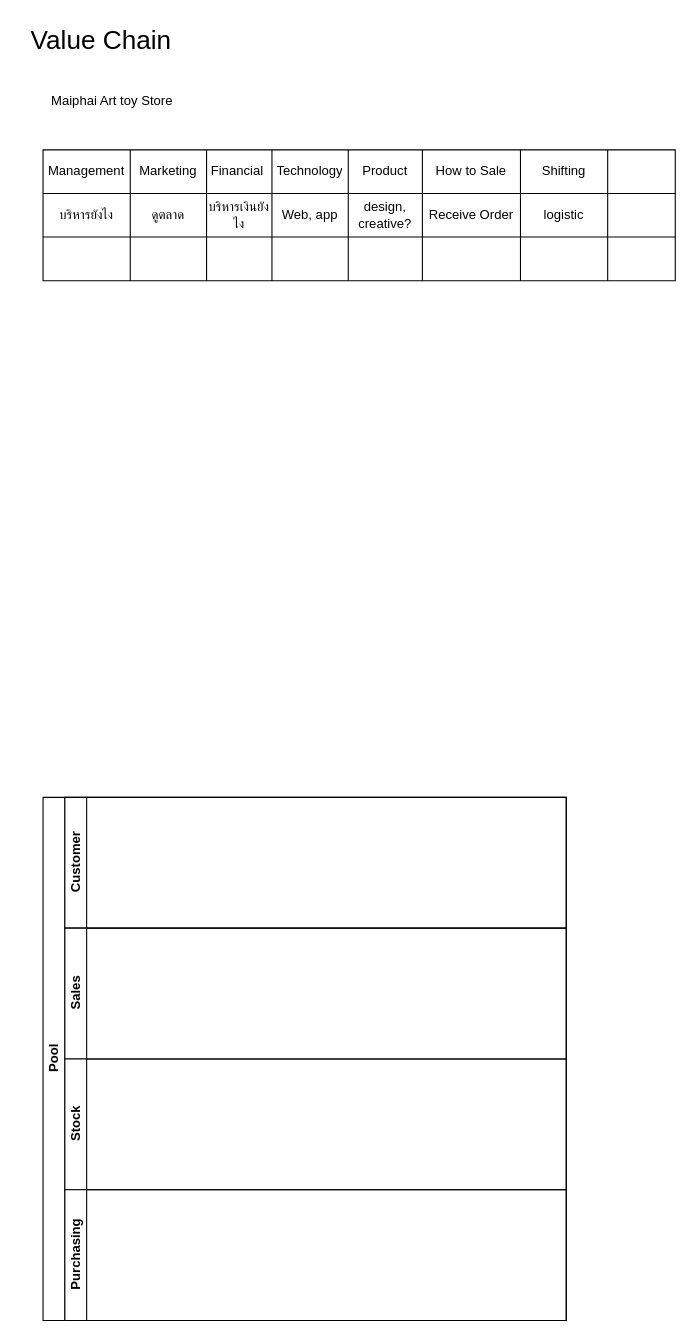
Above: maiphai.drawio in JarukitMan/maiphai_inc (draw.io), before the change. Source tidied: cells renumbered, new cells numbered last; positions are measured from the earlier drawing's top-left corner, leaving out a move shared by most shapes. Both pictures are drawn from the tidied source at 109%, with x=0, y=0 at pixel (19, 19).
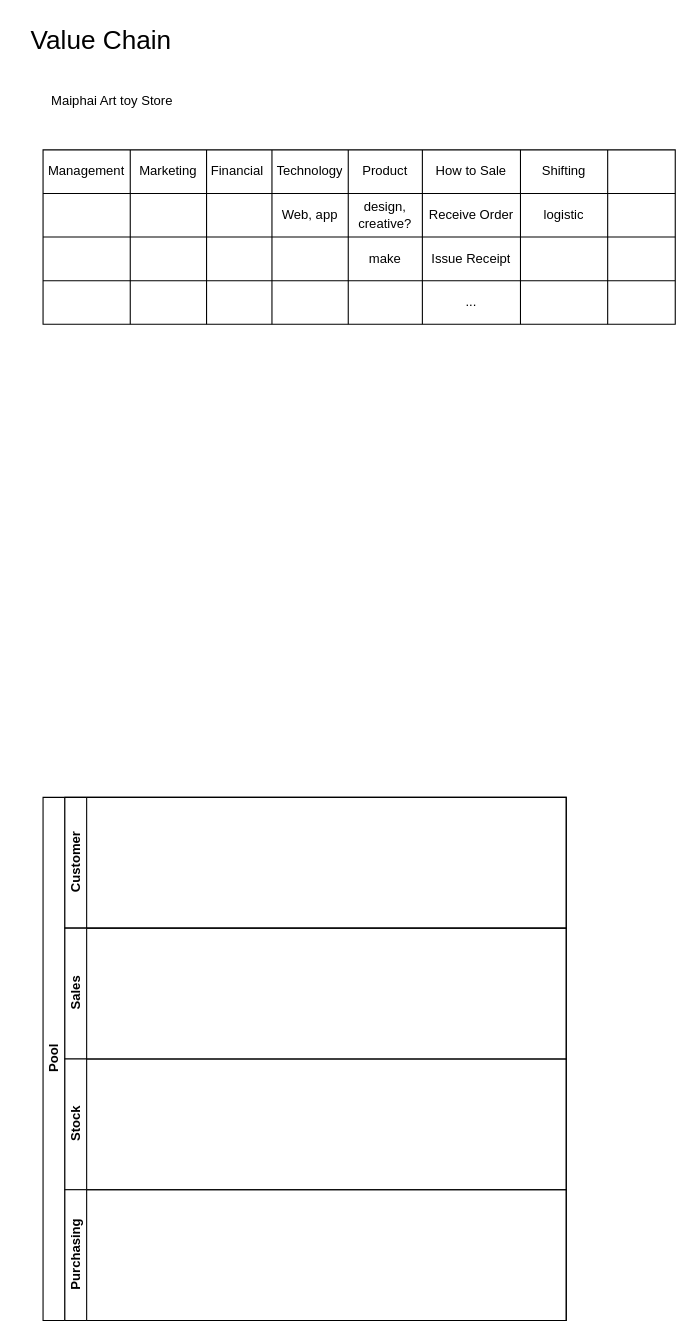
Above is the later version.

The change refers to these unchanged cells:
```xml
<mxCell id="19" style="shape=tableRow;horizontal=0;startSize=0;swimlaneHead=0;swimlaneBody=0;strokeColor=inherit;top=0;left=0;bottom=0;right=0;fillColor=none;" parent="9" vertex="1">
  <mxGeometry y="40" width="580" height="40" as="geometry" />
</mxCell>
<mxCell id="28" style="shape=tableRow;horizontal=0;startSize=0;swimlaneHead=0;swimlaneBody=0;strokeColor=inherit;top=0;left=0;bottom=0;right=0;fillColor=none;" parent="9" vertex="1">
  <mxGeometry y="80" width="580" height="40" as="geometry" />
</mxCell>
```

Diff of the diagram source:
```diff
@@
     <mxCell id="9" style="shape=table;startSize=0;childLayout=tableLayout;" parent="1" vertex="1">
-      <mxGeometry x="22" y="120" width="580" height="120" as="geometry" />
+      <mxGeometry x="22" y="120" width="580" height="160" as="geometry" />
     </mxCell>
@@
-    <mxCell id="20" value="บริหารยังไง" style="shape=partialRectangle;html=1;whiteSpace=wrap;strokeColor=inherit;overflow=hidden;fillColor=none;top=0;left=0;bottom=0;right=0;" parent="19" vertex="1">
+    <mxCell id="20" style="shape=partialRectangle;html=1;whiteSpace=wrap;strokeColor=inherit;overflow=hidden;fillColor=none;top=0;left=0;bottom=0;right=0;" parent="19" vertex="1">
       <mxGeometry width="80" height="40" as="geometry" />
     </mxCell>
-    <mxCell id="21" value="ดูตลาด" style="shape=partialRectangle;html=1;whiteSpace=wrap;strokeColor=inherit;overflow=hidden;fillColor=none;top=0;left=0;bottom=0;right=0;" parent="19" vertex="1">
+    <mxCell id="21" style="shape=partialRectangle;html=1;whiteSpace=wrap;strokeColor=inherit;overflow=hidden;fillColor=none;top=0;left=0;bottom=0;right=0;" parent="19" vertex="1">
       <mxGeometry x="80" width="70" height="40" as="geometry" />
     </mxCell>
-    <mxCell id="22" value="บริหารเงินยังไง" style="shape=partialRectangle;html=1;whiteSpace=wrap;strokeColor=inherit;overflow=hidden;fillColor=none;top=0;left=0;bottom=0;right=0;" parent="19" vertex="1">
+    <mxCell id="22" style="shape=partialRectangle;html=1;whiteSpace=wrap;strokeColor=inherit;overflow=hidden;fillColor=none;top=0;left=0;bottom=0;right=0;" parent="19" vertex="1">
       <mxGeometry x="150" width="60" height="40" as="geometry" />
     </mxCell>
@@
-    <mxCell id="33" style="shape=partialRectangle;html=1;whiteSpace=wrap;strokeColor=inherit;overflow=hidden;fillColor=none;top=0;left=0;bottom=0;right=0;" parent="28" vertex="1">
+    <mxCell id="33" value="make" style="shape=partialRectangle;html=1;whiteSpace=wrap;strokeColor=inherit;overflow=hidden;fillColor=none;top=0;left=0;bottom=0;right=0;" parent="28" vertex="1">
       <mxGeometry x="280" width="68" height="40" as="geometry" />
     </mxCell>
-    <mxCell id="34" style="shape=partialRectangle;html=1;whiteSpace=wrap;strokeColor=inherit;overflow=hidden;fillColor=none;top=0;left=0;bottom=0;right=0;" parent="28" vertex="1">
+    <mxCell id="34" value="Issue Receipt" style="shape=partialRectangle;html=1;whiteSpace=wrap;strokeColor=inherit;overflow=hidden;fillColor=none;top=0;left=0;bottom=0;right=0;" parent="28" vertex="1">
       <mxGeometry x="348" width="90" height="40" as="geometry" />
     </mxCell>
@@
+    <mxCell id="37" style="shape=tableRow;horizontal=0;startSize=0;swimlaneHead=0;swimlaneBody=0;strokeColor=inherit;top=0;left=0;bottom=0;right=0;fillColor=none;" parent="9" vertex="1">
+      <mxGeometry y="120" width="580" height="40" as="geometry" />
+    </mxCell>
+    <mxCell id="38" style="shape=partialRectangle;html=1;whiteSpace=wrap;strokeColor=inherit;overflow=hidden;fillColor=none;top=0;left=0;bottom=0;right=0;" parent="37" vertex="1">
+      <mxGeometry width="80" height="40" as="geometry" />
+    </mxCell>
+    <mxCell id="39" style="shape=partialRectangle;html=1;whiteSpace=wrap;strokeColor=inherit;overflow=hidden;fillColor=none;top=0;left=0;bottom=0;right=0;" parent="37" vertex="1">
+      <mxGeometry x="80" width="70" height="40" as="geometry" />
+    </mxCell>
+    <mxCell id="40" style="shape=partialRectangle;html=1;whiteSpace=wrap;strokeColor=inherit;overflow=hidden;fillColor=none;top=0;left=0;bottom=0;right=0;" parent="37" vertex="1">
+      <mxGeometry x="150" width="60" height="40" as="geometry" />
+    </mxCell>
+    <mxCell id="41" style="shape=partialRectangle;html=1;whiteSpace=wrap;strokeColor=inherit;overflow=hidden;fillColor=none;top=0;left=0;bottom=0;right=0;" parent="37" vertex="1">
+      <mxGeometry x="210" width="70" height="40" as="geometry" />
+    </mxCell>
+    <mxCell id="42" style="shape=partialRectangle;html=1;whiteSpace=wrap;strokeColor=inherit;overflow=hidden;fillColor=none;top=0;left=0;bottom=0;right=0;" parent="37" vertex="1">
+      <mxGeometry x="280" width="68" height="40" as="geometry" />
+    </mxCell>
+    <mxCell id="43" value="..." style="shape=partialRectangle;html=1;whiteSpace=wrap;strokeColor=inherit;overflow=hidden;fillColor=none;top=0;left=0;bottom=0;right=0;" parent="37" vertex="1">
+      <mxGeometry x="348" width="90" height="40" as="geometry" />
+    </mxCell>
+    <mxCell id="44" style="shape=partialRectangle;html=1;whiteSpace=wrap;strokeColor=inherit;overflow=hidden;fillColor=none;top=0;left=0;bottom=0;right=0;" parent="37" vertex="1">
+      <mxGeometry x="438" width="80" height="40" as="geometry" />
+    </mxCell>
+    <mxCell id="45" style="shape=partialRectangle;html=1;whiteSpace=wrap;strokeColor=inherit;overflow=hidden;fillColor=none;top=0;left=0;bottom=0;right=0;" parent="37" vertex="1">
+      <mxGeometry x="518" width="62" height="40" as="geometry" />
+    </mxCell>
```
